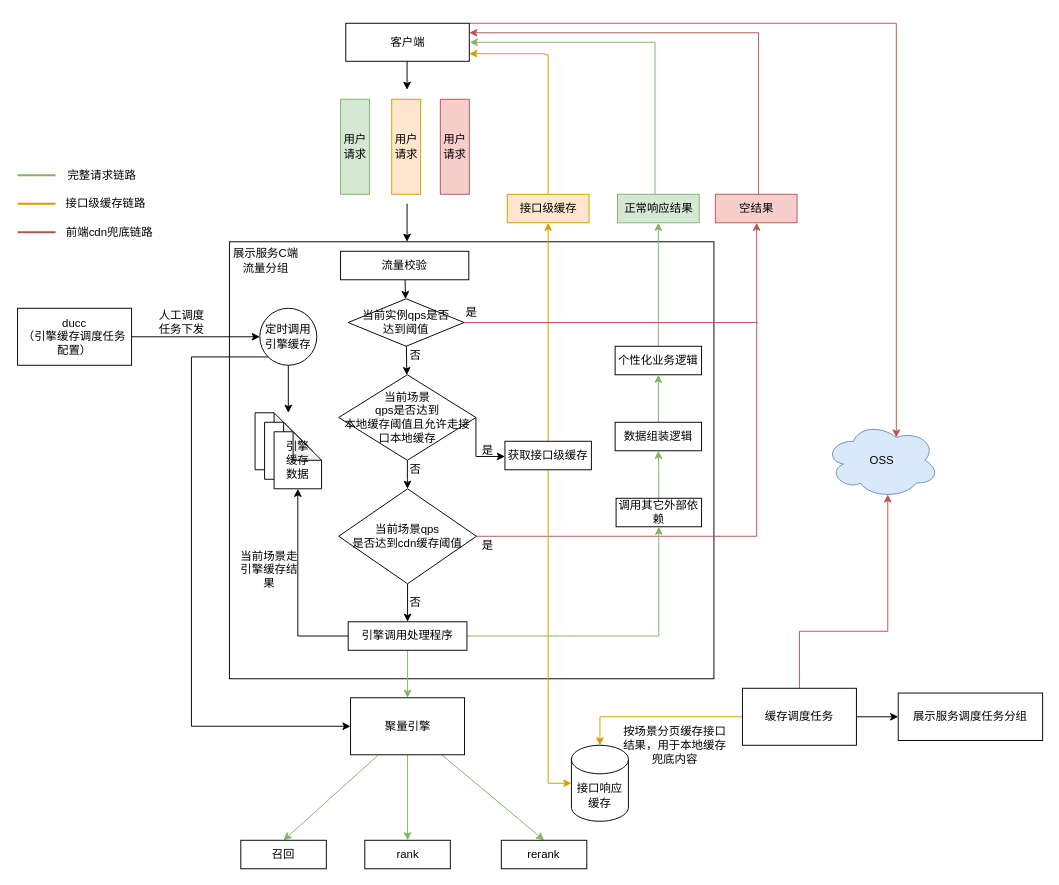
Before: 流量防控2.0.drawio in BlankKelly/diagrams, a draw.io diagram. Source tidied: cells renumbered, new cells numbered last; positions are measured from the earlier drawing's top-left corner, leaving out a move shared by most shapes. Both pictures are drawn from the tidied source at 95%, with x=0, y=0 at pixel (17, 23).
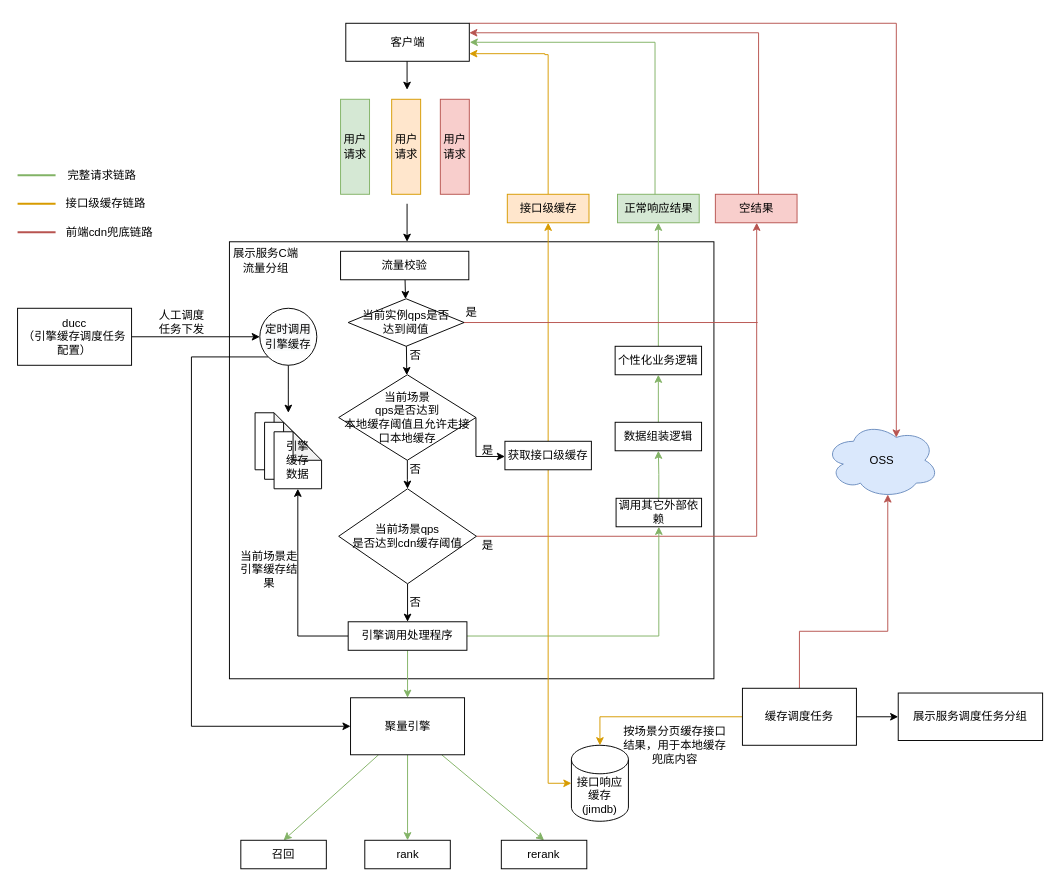
The same diagram, later.

Commit message:
更新流量防控2.0.drawio

Change to the diagram source:
```diff
@@
-    <mxCell id="11" value="接口响应缓存" style="shape=cylinder3;whiteSpace=wrap;html=1;boundedLbl=1;backgroundOutline=1;size=15;rounded=0;" parent="1" vertex="1">
+    <mxCell id="11" value="接口响应缓存&lt;br&gt;(jimdb)" style="shape=cylinder3;whiteSpace=wrap;html=1;boundedLbl=1;backgroundOutline=1;size=15;rounded=0;" parent="1" vertex="1">
       <mxGeometry x="583" y="760" width="60" height="80" as="geometry" />
     </mxCell>
```
